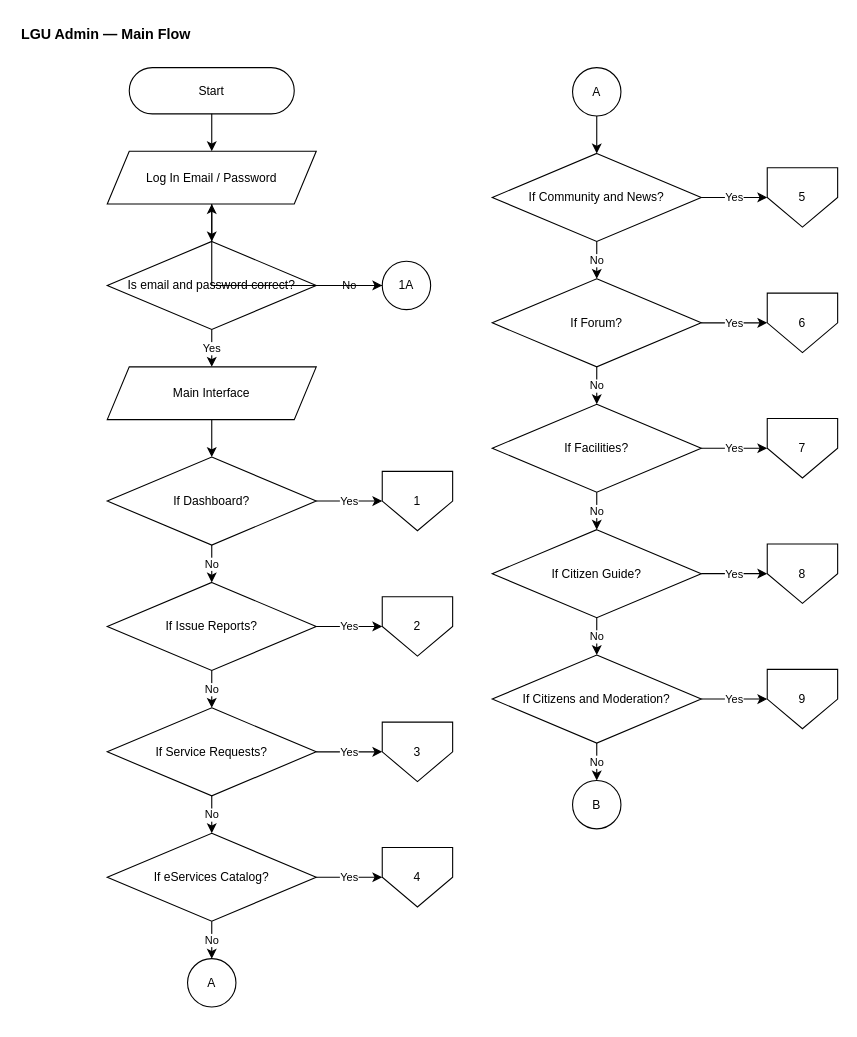
Earlier version of the draw.io diagram page "LGU Admin — Main Flow" (1 of 15) of Docs/Flowcharts/drawio/02-LGU-Admin.drawio (MellowLaw/AGAPP). Source tidied: cells renumbered, new cells numbered last; positions are measured from the earlier drawing's top-left corner, leaving out a move shared by most shapes. Both pictures are drawn from the tidied source at 110%, with x=0, y=0 at pixel (19, 19).
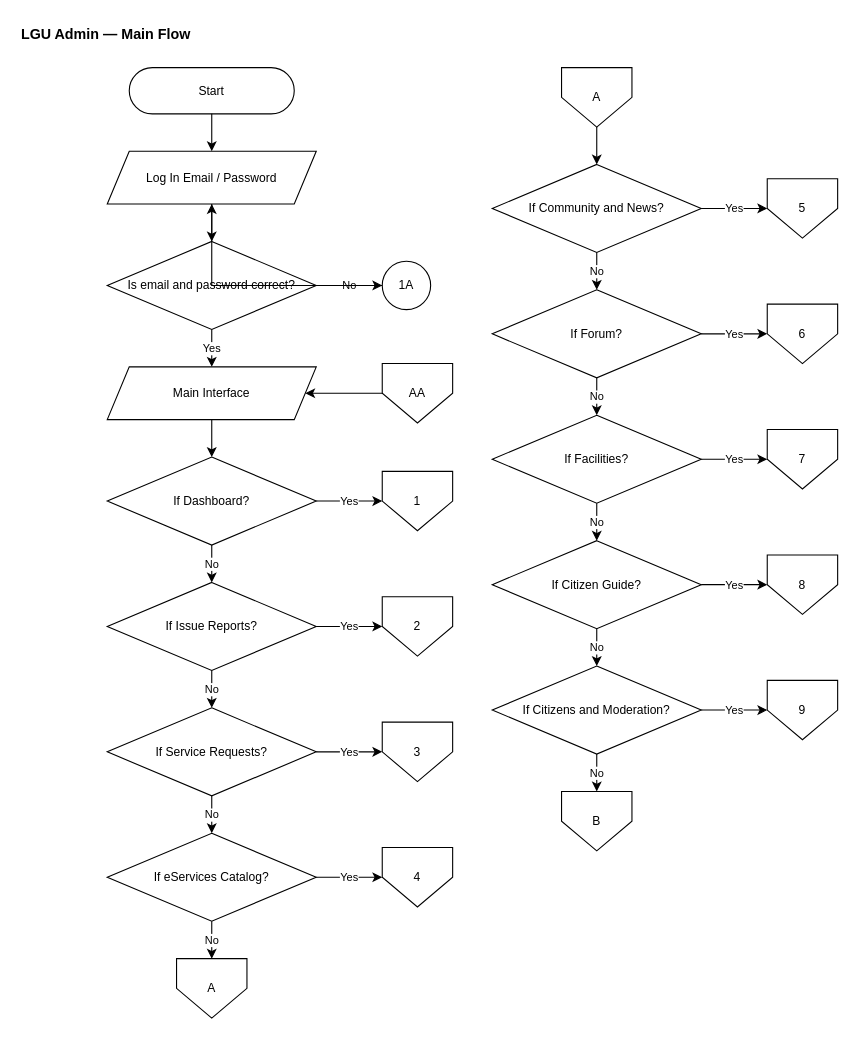
After the change.

Unchanged cells that the change refers to:
```xml
<mxCell id="7" value="Main Interface" style="shape=parallelogram;perimeter=parallelogramPerimeter;fixedSize=1;whiteSpace=wrap;html=1;fillColor=#FFFFFF;strokeColor=#000000;fontColor=#000000;fontSize=11;" parent="1" vertex="1">
  <mxGeometry x="80" y="316" width="190" height="48" as="geometry" />
</mxCell>
<mxCell id="8" value="If Dashboard?" style="rhombus;whiteSpace=wrap;html=1;fillColor=#FFFFFF;strokeColor=#000000;fontColor=#000000;fontSize=11;" parent="1" vertex="1">
  <mxGeometry x="80" y="398" width="190" height="80" as="geometry" />
</mxCell>
<mxCell id="9" value="1" style="shape=offPageConnector;whiteSpace=wrap;html=1;size=0.5;fillColor=#FFFFFF;strokeColor=#000000;fontColor=#000000;fontSize=11;" parent="1" vertex="1">
  <mxGeometry x="330" y="411" width="64" height="54" as="geometry" />
</mxCell>
<mxCell id="10" value="If Issue Reports?" style="rhombus;whiteSpace=wrap;html=1;fillColor=#FFFFFF;strokeColor=#000000;fontColor=#000000;fontSize=11;" parent="1" vertex="1">
  <mxGeometry x="80" y="512" width="190" height="80" as="geometry" />
</mxCell>
<mxCell id="11" value="2" style="shape=offPageConnector;whiteSpace=wrap;html=1;size=0.5;fillColor=#FFFFFF;strokeColor=#000000;fontColor=#000000;fontSize=11;" parent="1" vertex="1">
  <mxGeometry x="330" y="525" width="64" height="54" as="geometry" />
</mxCell>
<mxCell id="12" value="If Service&amp;#10;Requests?" style="rhombus;whiteSpace=wrap;html=1;fillColor=#FFFFFF;strokeColor=#000000;fontColor=#000000;fontSize=11;" parent="1" vertex="1">
  <mxGeometry x="80" y="626" width="190" height="80" as="geometry" />
</mxCell>
<mxCell id="13" value="3" style="shape=offPageConnector;whiteSpace=wrap;html=1;size=0.5;fillColor=#FFFFFF;strokeColor=#000000;fontColor=#000000;fontSize=11;" parent="1" vertex="1">
  <mxGeometry x="330" y="639" width="64" height="54" as="geometry" />
</mxCell>
<mxCell id="14" value="If eServices&amp;#10;Catalog?" style="rhombus;whiteSpace=wrap;html=1;fillColor=#FFFFFF;strokeColor=#000000;fontColor=#000000;fontSize=11;" parent="1" vertex="1">
  <mxGeometry x="80" y="740" width="190" height="80" as="geometry" />
</mxCell>
<mxCell id="15" value="4" style="shape=offPageConnector;whiteSpace=wrap;html=1;size=0.5;fillColor=#FFFFFF;strokeColor=#000000;fontColor=#000000;fontSize=11;" parent="1" vertex="1">
  <mxGeometry x="330" y="753" width="64" height="54" as="geometry" />
</mxCell>
```

Diff of the diagram source:
```diff
@@
+    <mxCell id="54" value="AA" style="shape=offPageConnector;whiteSpace=wrap;html=1;size=0.5;fillColor=#FFFFFF;strokeColor=#000000;fontColor=#000000;fontSize=11;" parent="1" vertex="1">
+      <mxGeometry x="330" y="313" width="64" height="54" as="geometry" />
+    </mxCell>
@@
-    <mxCell id="16" value="A" style="ellipse;whiteSpace=wrap;html=1;fillColor=#FFFFFF;strokeColor=#000000;fontColor=#000000;fontSize=11;" parent="1" vertex="1">
-      <mxGeometry x="153" y="854" width="44" height="44" as="geometry" />
+    <mxCell id="16" value="A" style="shape=offPageConnector;whiteSpace=wrap;html=1;size=0.5;fillColor=#FFFFFF;strokeColor=#000000;fontColor=#000000;fontSize=11;" parent="1" vertex="1">
+      <mxGeometry x="143" y="854" width="64" height="54" as="geometry" />
     </mxCell>
-    <mxCell id="17" value="A" style="ellipse;whiteSpace=wrap;html=1;fillColor=#FFFFFF;strokeColor=#000000;fontColor=#000000;fontSize=11;" parent="1" vertex="1">
-      <mxGeometry x="503" y="44" width="44" height="44" as="geometry" />
+    <mxCell id="17" value="A" style="shape=offPageConnector;whiteSpace=wrap;html=1;size=0.5;fillColor=#FFFFFF;strokeColor=#000000;fontColor=#000000;fontSize=11;" parent="1" vertex="1">
+      <mxGeometry x="493" y="44" width="64" height="54" as="geometry" />
     </mxCell>
     <mxCell id="18" value="If Community&amp;#10;and News?" style="rhombus;whiteSpace=wrap;html=1;fillColor=#FFFFFF;strokeColor=#000000;fontColor=#000000;fontSize=11;" parent="1" vertex="1">
-      <mxGeometry x="430" y="122" width="190" height="80" as="geometry" />
+      <mxGeometry x="430" y="132" width="190" height="80" as="geometry" />
     </mxCell>
     <mxCell id="19" value="5" style="shape=offPageConnector;whiteSpace=wrap;html=1;size=0.5;fillColor=#FFFFFF;strokeColor=#000000;fontColor=#000000;fontSize=11;" parent="1" vertex="1">
-      <mxGeometry x="680" y="135" width="64" height="54" as="geometry" />
+      <mxGeometry x="680" y="145" width="64" height="54" as="geometry" />
     </mxCell>
     <mxCell id="20" value="If Forum?" style="rhombus;whiteSpace=wrap;html=1;fillColor=#FFFFFF;strokeColor=#000000;fontColor=#000000;fontSize=11;" parent="1" vertex="1">
-      <mxGeometry x="430" y="236" width="190" height="80" as="geometry" />
+      <mxGeometry x="430" y="246" width="190" height="80" as="geometry" />
     </mxCell>
     <mxCell id="21" value="6" style="shape=offPageConnector;whiteSpace=wrap;html=1;size=0.5;fillColor=#FFFFFF;strokeColor=#000000;fontColor=#000000;fontSize=11;" parent="1" vertex="1">
-      <mxGeometry x="680" y="249" width="64" height="54" as="geometry" />
+      <mxGeometry x="680" y="259" width="64" height="54" as="geometry" />
     </mxCell>
     <mxCell id="22" value="If Facilities?" style="rhombus;whiteSpace=wrap;html=1;fillColor=#FFFFFF;strokeColor=#000000;fontColor=#000000;fontSize=11;" parent="1" vertex="1">
-      <mxGeometry x="430" y="350" width="190" height="80" as="geometry" />
+      <mxGeometry x="430" y="360" width="190" height="80" as="geometry" />
     </mxCell>
     <mxCell id="23" value="7" style="shape=offPageConnector;whiteSpace=wrap;html=1;size=0.5;fillColor=#FFFFFF;strokeColor=#000000;fontColor=#000000;fontSize=11;" parent="1" vertex="1">
-      <mxGeometry x="680" y="363" width="64" height="54" as="geometry" />
+      <mxGeometry x="680" y="373" width="64" height="54" as="geometry" />
     </mxCell>
     <mxCell id="24" value="If Citizen Guide?" style="rhombus;whiteSpace=wrap;html=1;fillColor=#FFFFFF;strokeColor=#000000;fontColor=#000000;fontSize=11;" parent="1" vertex="1">
-      <mxGeometry x="430" y="464" width="190" height="80" as="geometry" />
+      <mxGeometry x="430" y="474" width="190" height="80" as="geometry" />
     </mxCell>
     <mxCell id="25" value="8" style="shape=offPageConnector;whiteSpace=wrap;html=1;size=0.5;fillColor=#FFFFFF;strokeColor=#000000;fontColor=#000000;fontSize=11;" parent="1" vertex="1">
-      <mxGeometry x="680" y="477" width="64" height="54" as="geometry" />
+      <mxGeometry x="680" y="487" width="64" height="54" as="geometry" />
     </mxCell>
     <mxCell id="26" value="If Citizens and&amp;#10;Moderation?" style="rhombus;whiteSpace=wrap;html=1;fillColor=#FFFFFF;strokeColor=#000000;fontColor=#000000;fontSize=11;" parent="1" vertex="1">
-      <mxGeometry x="430" y="578" width="190" height="80" as="geometry" />
+      <mxGeometry x="430" y="588" width="190" height="80" as="geometry" />
     </mxCell>
     <mxCell id="27" value="9" style="shape=offPageConnector;whiteSpace=wrap;html=1;size=0.5;fillColor=#FFFFFF;strokeColor=#000000;fontColor=#000000;fontSize=11;" parent="1" vertex="1">
-      <mxGeometry x="680" y="591" width="64" height="54" as="geometry" />
+      <mxGeometry x="680" y="601" width="64" height="54" as="geometry" />
     </mxCell>
-    <mxCell id="28" value="B" style="ellipse;whiteSpace=wrap;html=1;fillColor=#FFFFFF;strokeColor=#000000;fontColor=#000000;fontSize=11;" parent="1" vertex="1">
-      <mxGeometry x="503" y="692" width="44" height="44" as="geometry" />
+    <mxCell id="28" value="B" style="shape=offPageConnector;whiteSpace=wrap;html=1;size=0.5;fillColor=#FFFFFF;strokeColor=#000000;fontColor=#000000;fontSize=11;" parent="1" vertex="1">
+      <mxGeometry x="493" y="702" width="64" height="54" as="geometry" />
     </mxCell>
@@
-    <mxCell id="34" style="edgeStyle=orthogonalEdgeStyle;rounded=0;html=1;strokeColor=#000000;endArrow=classic;fontSize=10;" parent="1" edge="1" source="7" target="8">
+    <mxCell id="34" style="edgeStyle=orthogonalEdgeStyle;rounded=0;html=1;strokeColor=#000000;endArrow=classic;fontSize=10;" parent="1" edge="1" source="54" target="7">
       <mxGeometry relative="1" as="geometry" />
     </mxCell>
-    <mxCell id="35" value="Yes" style="edgeStyle=orthogonalEdgeStyle;rounded=0;html=1;strokeColor=#000000;endArrow=classic;fontSize=10;" parent="1" edge="1" source="8" target="9">
+    <mxCell id="35" style="edgeStyle=orthogonalEdgeStyle;rounded=0;html=1;strokeColor=#000000;endArrow=classic;fontSize=10;" parent="1" edge="1" source="7" target="8">
       <mxGeometry relative="1" as="geometry" />
     </mxCell>
-    <mxCell id="36" value="No" style="edgeStyle=orthogonalEdgeStyle;rounded=0;html=1;strokeColor=#000000;endArrow=classic;fontSize=10;" parent="1" edge="1" source="8" target="10">
+    <mxCell id="36" value="Yes" style="edgeStyle=orthogonalEdgeStyle;rounded=0;html=1;strokeColor=#000000;endArrow=classic;fontSize=10;" parent="1" edge="1" source="8" target="9">
       <mxGeometry relative="1" as="geometry" />
     </mxCell>
-    <mxCell id="37" value="Yes" style="edgeStyle=orthogonalEdgeStyle;rounded=0;html=1;strokeColor=#000000;endArrow=classic;fontSize=10;" parent="1" edge="1" source="10" target="11">
+    <mxCell id="37" value="No" style="edgeStyle=orthogonalEdgeStyle;rounded=0;html=1;strokeColor=#000000;endArrow=classic;fontSize=10;" parent="1" edge="1" source="8" target="10">
       <mxGeometry relative="1" as="geometry" />
     </mxCell>
-    <mxCell id="38" value="No" style="edgeStyle=orthogonalEdgeStyle;rounded=0;html=1;strokeColor=#000000;endArrow=classic;fontSize=10;" parent="1" edge="1" source="10" target="12">
+    <mxCell id="38" value="Yes" style="edgeStyle=orthogonalEdgeStyle;rounded=0;html=1;strokeColor=#000000;endArrow=classic;fontSize=10;" parent="1" edge="1" source="10" target="11">
       <mxGeometry relative="1" as="geometry" />
     </mxCell>
-    <mxCell id="39" value="Yes" style="edgeStyle=orthogonalEdgeStyle;rounded=0;html=1;strokeColor=#000000;endArrow=classic;fontSize=10;" parent="1" edge="1" source="12" target="13">
+    <mxCell id="39" value="No" style="edgeStyle=orthogonalEdgeStyle;rounded=0;html=1;strokeColor=#000000;endArrow=classic;fontSize=10;" parent="1" edge="1" source="10" target="12">
       <mxGeometry relative="1" as="geometry" />
     </mxCell>
-    <mxCell id="40" value="No" style="edgeStyle=orthogonalEdgeStyle;rounded=0;html=1;strokeColor=#000000;endArrow=classic;fontSize=10;" parent="1" edge="1" source="12" target="14">
+    <mxCell id="40" value="Yes" style="edgeStyle=orthogonalEdgeStyle;rounded=0;html=1;strokeColor=#000000;endArrow=classic;fontSize=10;" parent="1" edge="1" source="12" target="13">
       <mxGeometry relative="1" as="geometry" />
     </mxCell>
-    <mxCell id="41" value="Yes" style="edgeStyle=orthogonalEdgeStyle;rounded=0;html=1;strokeColor=#000000;endArrow=classic;fontSize=10;" parent="1" edge="1" source="14" target="15">
+    <mxCell id="41" value="No" style="edgeStyle=orthogonalEdgeStyle;rounded=0;html=1;strokeColor=#000000;endArrow=classic;fontSize=10;" parent="1" edge="1" source="12" target="14">
       <mxGeometry relative="1" as="geometry" />
     </mxCell>
-    <mxCell id="42" value="No" style="edgeStyle=orthogonalEdgeStyle;rounded=0;html=1;strokeColor=#000000;endArrow=classic;fontSize=10;" parent="1" edge="1" source="14" target="16">
+    <mxCell id="42" value="Yes" style="edgeStyle=orthogonalEdgeStyle;rounded=0;html=1;strokeColor=#000000;endArrow=classic;fontSize=10;" parent="1" edge="1" source="14" target="15">
       <mxGeometry relative="1" as="geometry" />
     </mxCell>
-    <mxCell id="43" style="edgeStyle=orthogonalEdgeStyle;rounded=0;html=1;strokeColor=#000000;endArrow=classic;fontSize=10;" parent="1" edge="1" source="17" target="18">
+    <mxCell id="43" value="No" style="edgeStyle=orthogonalEdgeStyle;rounded=0;html=1;strokeColor=#000000;endArrow=classic;fontSize=10;" parent="1" edge="1" source="14" target="16">
       <mxGeometry relative="1" as="geometry" />
     </mxCell>
-    <mxCell id="44" value="Yes" style="edgeStyle=orthogonalEdgeStyle;rounded=0;html=1;strokeColor=#000000;endArrow=classic;fontSize=10;" parent="1" edge="1" source="18" target="19">
+    <mxCell id="44" style="edgeStyle=orthogonalEdgeStyle;rounded=0;html=1;strokeColor=#000000;endArrow=classic;fontSize=10;" parent="1" edge="1" source="17" target="18">
       <mxGeometry relative="1" as="geometry" />
     </mxCell>
-    <mxCell id="45" value="No" style="edgeStyle=orthogonalEdgeStyle;rounded=0;html=1;strokeColor=#000000;endArrow=classic;fontSize=10;" parent="1" edge="1" source="18" target="20">
+    <mxCell id="45" value="Yes" style="edgeStyle=orthogonalEdgeStyle;rounded=0;html=1;strokeColor=#000000;endArrow=classic;fontSize=10;" parent="1" edge="1" source="18" target="19">
       <mxGeometry relative="1" as="geometry" />
     </mxCell>
-    <mxCell id="46" value="Yes" style="edgeStyle=orthogonalEdgeStyle;rounded=0;html=1;strokeColor=#000000;endArrow=classic;fontSize=10;" parent="1" edge="1" source="20" target="21">
+    <mxCell id="46" value="No" style="edgeStyle=orthogonalEdgeStyle;rounded=0;html=1;strokeColor=#000000;endArrow=classic;fontSize=10;" parent="1" edge="1" source="18" target="20">
       <mxGeometry relative="1" as="geometry" />
     </mxCell>
-    <mxCell id="47" value="No" style="edgeStyle=orthogonalEdgeStyle;rounded=0;html=1;strokeColor=#000000;endArrow=classic;fontSize=10;" parent="1" edge="1" source="20" target="22">
+    <mxCell id="47" value="Yes" style="edgeStyle=orthogonalEdgeStyle;rounded=0;html=1;strokeColor=#000000;endArrow=classic;fontSize=10;" parent="1" edge="1" source="20" target="21">
       <mxGeometry relative="1" as="geometry" />
     </mxCell>
-    <mxCell id="48" value="Yes" style="edgeStyle=orthogonalEdgeStyle;rounded=0;html=1;strokeColor=#000000;endArrow=classic;fontSize=10;" parent="1" edge="1" source="22" target="23">
+    <mxCell id="48" value="No" style="edgeStyle=orthogonalEdgeStyle;rounded=0;html=1;strokeColor=#000000;endArrow=classic;fontSize=10;" parent="1" edge="1" source="20" target="22">
       <mxGeometry relative="1" as="geometry" />
     </mxCell>
-    <mxCell id="49" value="No" style="edgeStyle=orthogonalEdgeStyle;rounded=0;html=1;strokeColor=#000000;endArrow=classic;fontSize=10;" parent="1" edge="1" source="22" target="24">
+    <mxCell id="49" value="Yes" style="edgeStyle=orthogonalEdgeStyle;rounded=0;html=1;strokeColor=#000000;endArrow=classic;fontSize=10;" parent="1" edge="1" source="22" target="23">
       <mxGeometry relative="1" as="geometry" />
     </mxCell>
-    <mxCell id="50" value="Yes" style="edgeStyle=orthogonalEdgeStyle;rounded=0;html=1;strokeColor=#000000;endArrow=classic;fontSize=10;" parent="1" edge="1" source="24" target="25">
+    <mxCell id="50" value="No" style="edgeStyle=orthogonalEdgeStyle;rounded=0;html=1;strokeColor=#000000;endArrow=classic;fontSize=10;" parent="1" edge="1" source="22" target="24">
       <mxGeometry relative="1" as="geometry" />
     </mxCell>
-    <mxCell id="51" value="No" style="edgeStyle=orthogonalEdgeStyle;rounded=0;html=1;strokeColor=#000000;endArrow=classic;fontSize=10;" parent="1" edge="1" source="24" target="26">
+    <mxCell id="51" value="Yes" style="edgeStyle=orthogonalEdgeStyle;rounded=0;html=1;strokeColor=#000000;endArrow=classic;fontSize=10;" parent="1" edge="1" source="24" target="25">
       <mxGeometry relative="1" as="geometry" />
     </mxCell>
-    <mxCell id="52" value="Yes" style="edgeStyle=orthogonalEdgeStyle;rounded=0;html=1;strokeColor=#000000;endArrow=classic;fontSize=10;" parent="1" edge="1" source="26" target="27">
+    <mxCell id="52" value="No" style="edgeStyle=orthogonalEdgeStyle;rounded=0;html=1;strokeColor=#000000;endArrow=classic;fontSize=10;" parent="1" edge="1" source="24" target="26">
       <mxGeometry relative="1" as="geometry" />
     </mxCell>
-    <mxCell id="53" value="No" style="edgeStyle=orthogonalEdgeStyle;rounded=0;html=1;strokeColor=#000000;endArrow=classic;fontSize=10;" parent="1" edge="1" source="26" target="28">
+    <mxCell id="53" value="Yes" style="edgeStyle=orthogonalEdgeStyle;rounded=0;html=1;strokeColor=#000000;endArrow=classic;fontSize=10;" parent="1" edge="1" source="26" target="27">
       <mxGeometry relative="1" as="geometry" />
     </mxCell>
+    <mxCell id="55" value="No" style="edgeStyle=orthogonalEdgeStyle;rounded=0;html=1;strokeColor=#000000;endArrow=classic;fontSize=10;" parent="1" edge="1" source="26" target="28">
+      <mxGeometry relative="1" as="geometry" />
+    </mxCell>
```
